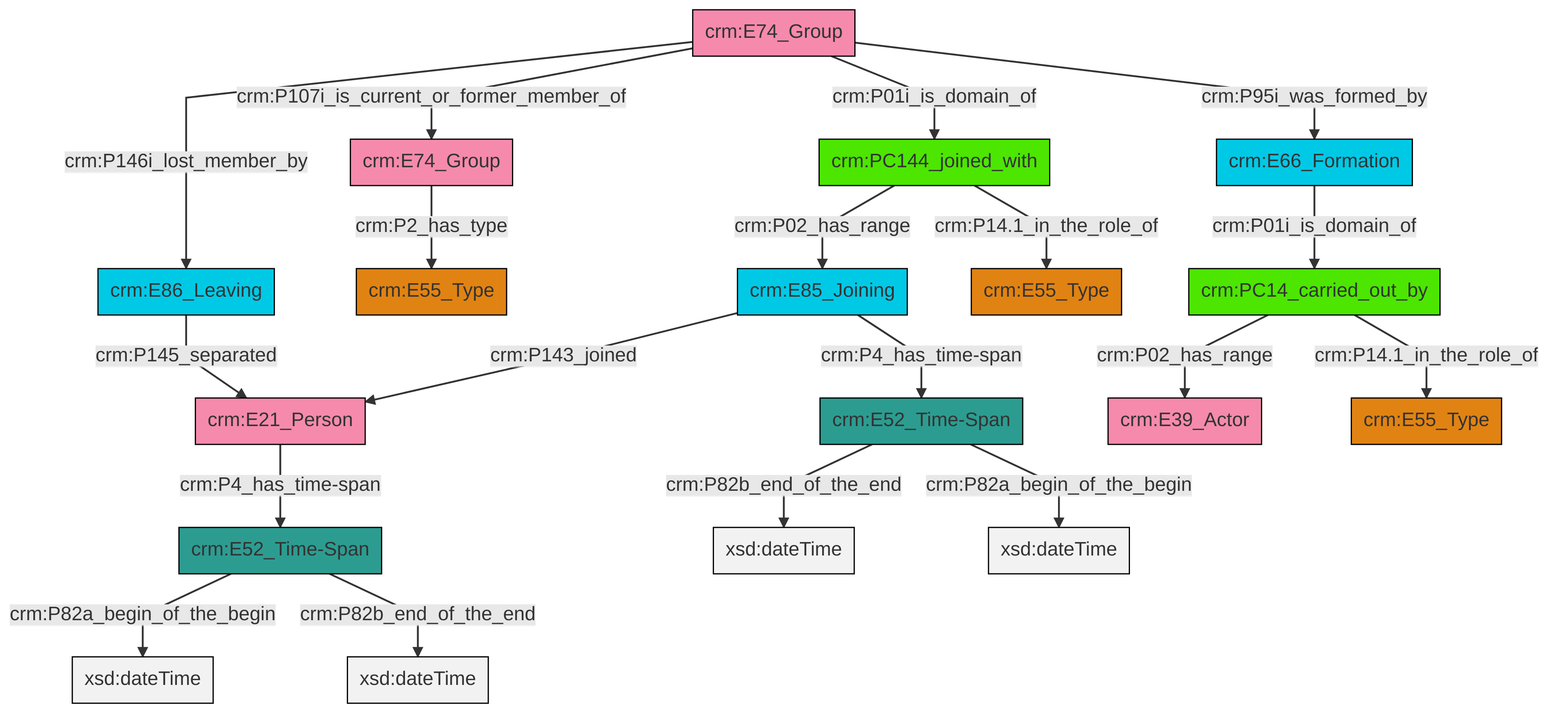
This is et/groupCSV/ttl/mmd/png/group_actor_relations.png from swiss-art-research-net/docs.swissartresearch, a Mermaid export, as it was before one commit. Its source is kept beside it as et/groupCSV/ttl/mmd/group_actor_relations.ttl.mmd.
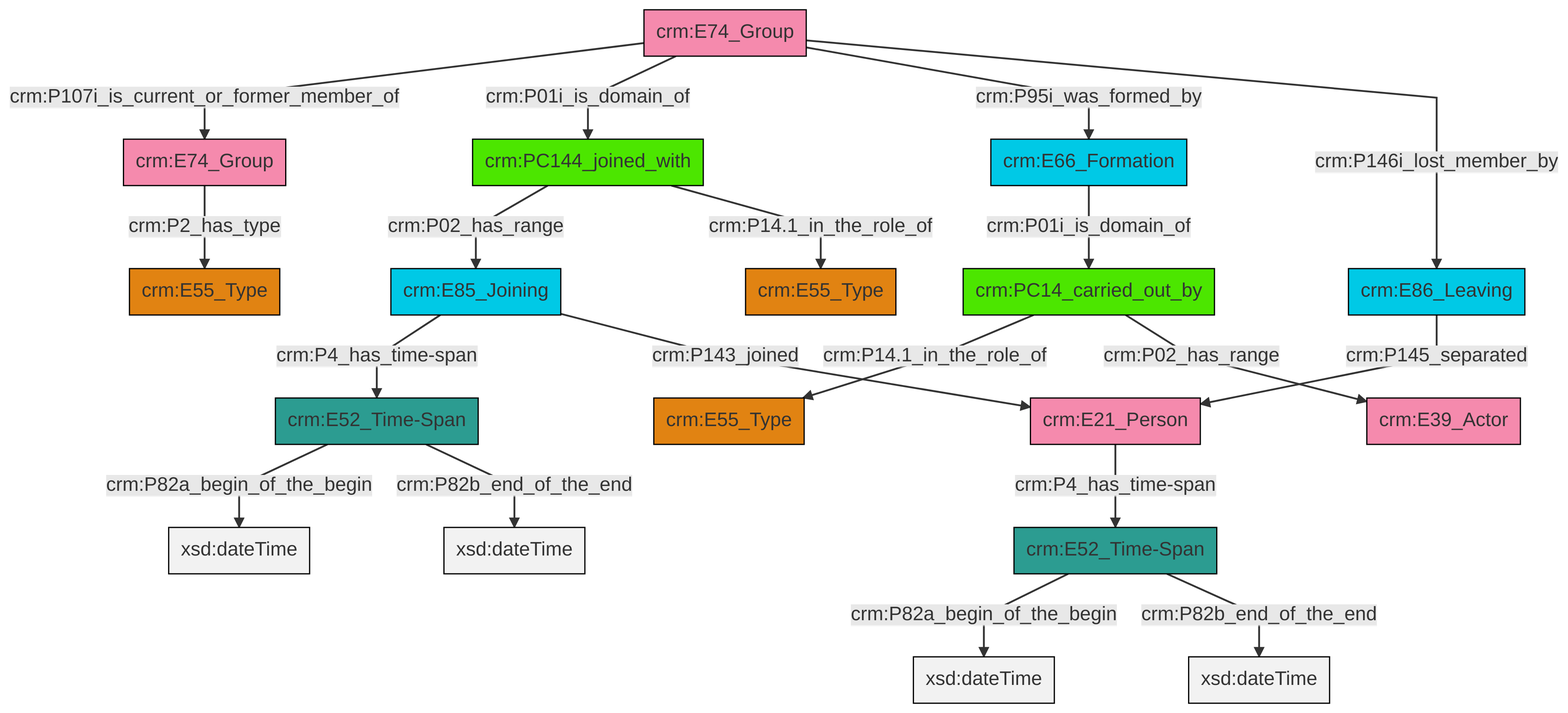
The same file after the commit.

What changed in the source:
```diff
@@ -13,21 +13,21 @@
 classDef PC_Classes fill:#4ce600, stroke:#000000;
 classDef Multi fill:#cccccc,stroke:#000000;
 
-0["crm:E66_Formation"]:::Temporal_Entity -->|crm:P01i_is_domain_of| 1["crm:PC14_carried_out_by"]:::PC_Classes
-1["crm:PC14_carried_out_by"]:::PC_Classes -->|crm:P02_has_range| 2["crm:E39_Actor"]:::Actor
-3["crm:E74_Group"]:::Actor -->|crm:P146i_lost_member_by| 4["crm:E86_Leaving"]:::Temporal_Entity
-7["crm:PC144_joined_with"]:::PC_Classes -->|crm:P02_has_range| 8["crm:E85_Joining"]:::Temporal_Entity
-3["crm:E74_Group"]:::Actor -->|crm:P107i_is_current_or_former_member_of| 9["crm:E74_Group"]:::Actor
-8["crm:E85_Joining"]:::Temporal_Entity -->|crm:P143_joined| 12["crm:E21_Person"]:::Actor
-8["crm:E85_Joining"]:::Temporal_Entity -->|crm:P4_has_time-span| 5["crm:E52_Time-Span"]:::Time-Span
-1["crm:PC14_carried_out_by"]:::PC_Classes -->|crm:P14.1_in_the_role_of| 15["crm:E55_Type"]:::Type
-16["crm:E52_Time-Span"]:::Time-Span -->|crm:P82a_begin_of_the_begin| 17[xsd:dateTime]:::Literal
-9["crm:E74_Group"]:::Actor -->|crm:P2_has_type| 10["crm:E55_Type"]:::Type
-3["crm:E74_Group"]:::Actor -->|crm:P01i_is_domain_of| 7["crm:PC144_joined_with"]:::PC_Classes
-3["crm:E74_Group"]:::Actor -->|crm:P95i_was_formed_by| 0["crm:E66_Formation"]:::Temporal_Entity
-16["crm:E52_Time-Span"]:::Time-Span -->|crm:P82b_end_of_the_end| 28[xsd:dateTime]:::Literal
-4["crm:E86_Leaving"]:::Temporal_Entity -->|crm:P145_separated| 12["crm:E21_Person"]:::Actor
-12["crm:E21_Person"]:::Actor -->|crm:P4_has_time-span| 16["crm:E52_Time-Span"]:::Time-Span
-5["crm:E52_Time-Span"]:::Time-Span -->|crm:P82b_end_of_the_end| 30[xsd:dateTime]:::Literal
-5["crm:E52_Time-Span"]:::Time-Span -->|crm:P82a_begin_of_the_begin| 32[xsd:dateTime]:::Literal
-7["crm:PC144_joined_with"]:::PC_Classes -->|crm:P14.1_in_the_role_of| 19["crm:E55_Type"]:::Type
+4["crm:E74_Group"]:::Actor -->|crm:P2_has_type| 5["crm:E55_Type"]:::Type
+8["crm:E52_Time-Span"]:::Time-Span -->|crm:P82a_begin_of_the_begin| 9[xsd:dateTime]:::Literal
+10["crm:PC144_joined_with"]:::PC_Classes -->|crm:P02_has_range| 11["crm:E85_Joining"]:::Temporal_Entity
+12["crm:E52_Time-Span"]:::Time-Span -->|crm:P82a_begin_of_the_begin| 13[xsd:dateTime]:::Literal
+6["crm:PC14_carried_out_by"]:::PC_Classes -->|crm:P14.1_in_the_role_of| 2["crm:E55_Type"]:::Type
+11["crm:E85_Joining"]:::Temporal_Entity -->|crm:P4_has_time-span| 8["crm:E52_Time-Span"]:::Time-Span
+19["crm:E86_Leaving"]:::Temporal_Entity -->|crm:P145_separated| 20["crm:E21_Person"]:::Actor
+8["crm:E52_Time-Span"]:::Time-Span -->|crm:P82b_end_of_the_end| 22[xsd:dateTime]:::Literal
+23["crm:E74_Group"]:::Actor -->|crm:P107i_is_current_or_former_member_of| 4["crm:E74_Group"]:::Actor
+20["crm:E21_Person"]:::Actor -->|crm:P4_has_time-span| 12["crm:E52_Time-Span"]:::Time-Span
+10["crm:PC144_joined_with"]:::PC_Classes -->|crm:P14.1_in_the_role_of| 25["crm:E55_Type"]:::Type
+23["crm:E74_Group"]:::Actor -->|crm:P01i_is_domain_of| 10["crm:PC144_joined_with"]:::PC_Classes
+23["crm:E74_Group"]:::Actor -->|crm:P95i_was_formed_by| 14["crm:E66_Formation"]:::Temporal_Entity
+14["crm:E66_Formation"]:::Temporal_Entity -->|crm:P01i_is_domain_of| 6["crm:PC14_carried_out_by"]:::PC_Classes
+11["crm:E85_Joining"]:::Temporal_Entity -->|crm:P143_joined| 20["crm:E21_Person"]:::Actor
+12["crm:E52_Time-Span"]:::Time-Span -->|crm:P82b_end_of_the_end| 29[xsd:dateTime]:::Literal
+23["crm:E74_Group"]:::Actor -->|crm:P146i_lost_member_by| 19["crm:E86_Leaving"]:::Temporal_Entity
+6["crm:PC14_carried_out_by"]:::PC_Classes -->|crm:P02_has_range| 0["crm:E39_Actor"]:::Actor
```
